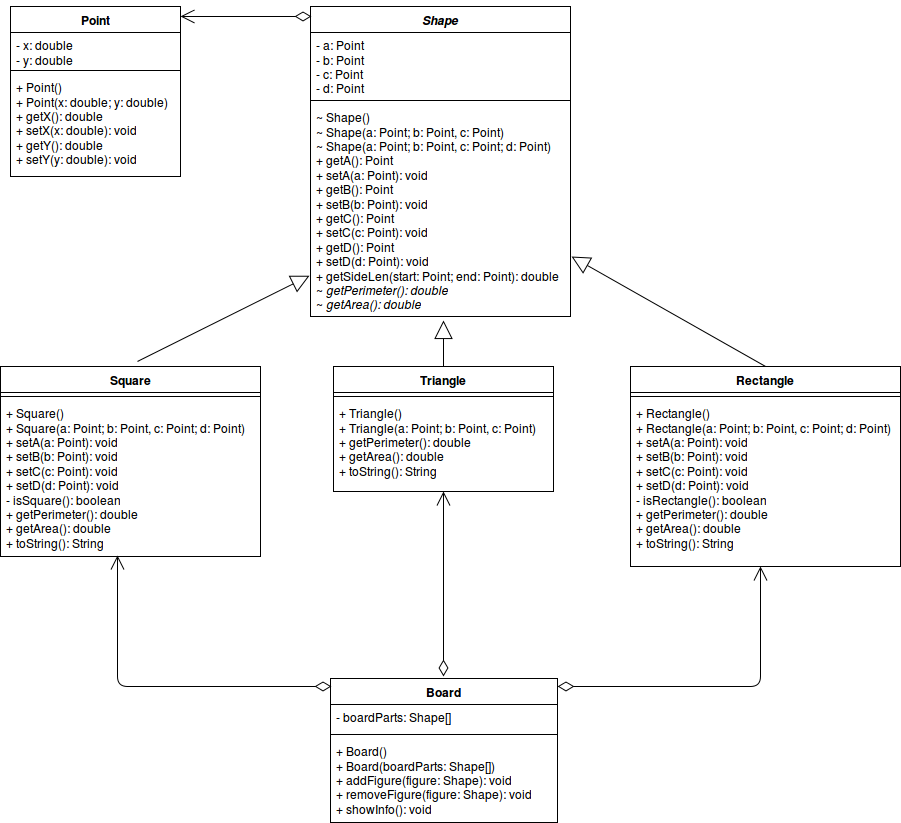
ArtyomSliusar/Java-OOP keeps this draw.io diagram as src/lesson2/task1/UML.png. Above is the earlier version. Source tidied: cells renumbered, new cells last; positions are measured from the earlier drawing's top-left corner, leaving out a move shared by most shapes.
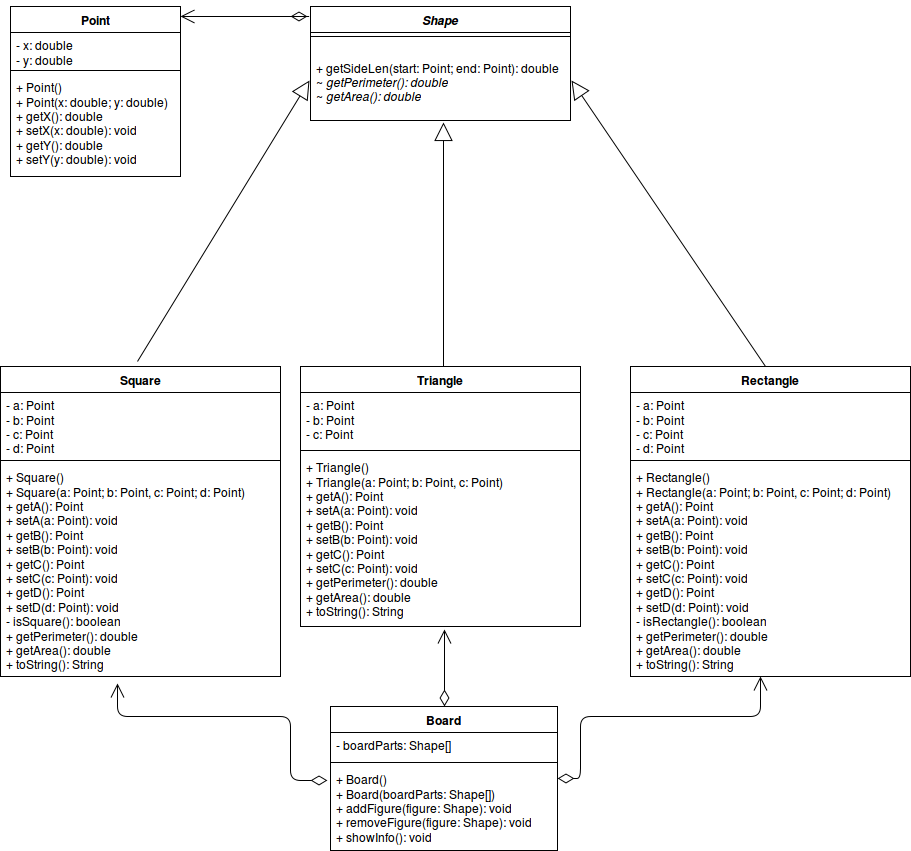
Above is the later version.

Change to the diagram source:
```diff
@@ -15,64 +15,42 @@
       <mxGeometry y="68" width="170" height="102" as="geometry" />
     </mxCell>
     <mxCell id="6" value="&lt;i&gt;Shape&lt;/i&gt;" style="swimlane;html=1;fontStyle=1;align=center;verticalAlign=top;horizontal=1;startSize=26;swimlaneFillColor=#ffffff;" parent="1" vertex="1">
-      <mxGeometry x="310" width="260" height="310" as="geometry" />
+      <mxGeometry x="310" width="260" height="114" as="geometry" />
     </mxCell>
-    <mxCell id="7" value="- a: Point&lt;br&gt;- b: Point&lt;br&gt;- c: Point&lt;br&gt;- d: Point&lt;br&gt;&lt;br&gt;&lt;br&gt;&lt;br&gt;&lt;br&gt;&lt;br&gt;&lt;br&gt;&lt;br&gt;" style="text;html=1;strokeColor=none;fillColor=none;align=left;verticalAlign=top;spacingLeft=4;spacingRight=4;whiteSpace=wrap;overflow=hidden;" parent="6" vertex="1">
-      <mxGeometry y="26" width="260" height="64" as="geometry" />
-    </mxCell>
     <mxCell id="8" style="line;html=1;strokeWidth=1;fillColor=none;align=left;verticalAlign=middle;spacingTop=-1;spacingLeft=3;spacingRight=3;labelPosition=right;" parent="6" vertex="1">
-      <mxGeometry y="90" width="260" height="8" as="geometry" />
+      <mxGeometry y="26" width="260" height="8" as="geometry" />
     </mxCell>
-    <mxCell id="9" value="~ Shape()&lt;br&gt;~ Shape(a: Point; b: Point, c: Point)&lt;br&gt;~ Shape(a: Point; b: Point, c: Point; d: Point)&lt;br&gt;+ getA(): Point&lt;br&gt;+ setA(a: Point): void&lt;br&gt;+ getB(): Point&lt;br&gt;+ setB(b: Point): void&lt;br&gt;+ getC(): Point&lt;br&gt;+ setC(c: Point): void&lt;br&gt;+ getD(): Point&lt;br&gt;+ setD(d: Point): void&lt;br&gt;+ getSideLen(start: Point; end: Point): double&lt;br&gt;~ &lt;i&gt;getPerimeter(): double&lt;/i&gt;&lt;br&gt;~ &lt;i&gt;getArea(): double&lt;/i&gt;&lt;br&gt;" style="text;html=1;strokeColor=none;fillColor=none;align=left;verticalAlign=top;spacingLeft=4;spacingRight=4;whiteSpace=wrap;overflow=hidden;points=[[0,0.5],[1,0.5]];portConstraint=eastwest;perimeterSpacing=1;" parent="6" vertex="1">
-      <mxGeometry y="98" width="260" height="212" as="geometry" />
+    <mxCell id="9" value="&lt;br&gt;+ getSideLen(start: Point; end: Point): double&lt;br&gt;~ &lt;i&gt;getPerimeter(): double&lt;/i&gt;&lt;br&gt;~ &lt;i&gt;getArea(): double&lt;/i&gt;&lt;br&gt;" style="text;html=1;strokeColor=none;fillColor=none;align=left;verticalAlign=top;spacingLeft=4;spacingRight=4;whiteSpace=wrap;overflow=hidden;points=[[0,0.5],[1,0.5]];portConstraint=eastwest;perimeterSpacing=1;" parent="6" vertex="1">
+      <mxGeometry y="34" width="260" height="80" as="geometry" />
     </mxCell>
-    <mxCell id="10" style="endArrow=open;html=1;endSize=12;startArrow=diamondThin;startSize=14;startFill=0;edgeStyle=orthogonalEdgeStyle;align=left;verticalAlign=bottom;entryX=1;entryY=0.059;entryPerimeter=0;exitX=0.004;exitY=0.032;exitPerimeter=0;" parent="1" edge="1" source="6" target="2">
-      <mxGeometry x="-1" y="3" relative="1" as="geometry" />
+    <mxCell id="10" style="endArrow=open;html=1;endSize=12;startArrow=diamondThin;startSize=14;startFill=0;edgeStyle=orthogonalEdgeStyle;align=left;verticalAlign=bottom;entryX=1;entryY=0.059;entryPerimeter=0;" parent="1" edge="1" target="2">
+      <mxGeometry x="-1" y="3" relative="1" as="geometry">
+        <mxPoint x="290" y="10" as="sourcePoint" />
+        <Array as="points">
+          <mxPoint x="310" y="10" />
+        </Array>
+      </mxGeometry>
     </mxCell>
-    <mxCell id="11" value="Square" style="swimlane;html=1;fontStyle=1;align=center;verticalAlign=top;horizontal=1;startSize=26;swimlaneFillColor=#ffffff;" parent="1" vertex="1">
-      <mxGeometry y="360" width="260" height="190" as="geometry" />
-    </mxCell>
-    <mxCell id="12" style="line;html=1;strokeWidth=1;fillColor=none;align=left;verticalAlign=middle;spacingTop=-1;spacingLeft=3;spacingRight=3;labelPosition=right;" parent="11" vertex="1">
-      <mxGeometry y="26" width="260" height="8" as="geometry" />
-    </mxCell>
-    <mxCell id="13" value="+ Square()&lt;br&gt;+ Square(a: Point; b: Point, c: Point; d: Point)&lt;br&gt;+ setA(a: Point): void&lt;br&gt;+ setB(b: Point): void&lt;br&gt;+ setC(c: Point): void&lt;br&gt;+ setD(d: Point): void&lt;br&gt;- isSquare(): boolean&lt;br&gt;+ getPerimeter(): double&lt;br&gt;+ getArea(): double&lt;br&gt;+ toString(): String&lt;br&gt;" style="text;html=1;strokeColor=none;fillColor=none;align=left;verticalAlign=top;spacingLeft=4;spacingRight=4;whiteSpace=wrap;overflow=hidden;points=[[0,0.5],[1,0.5]];portConstraint=eastwest;perimeterSpacing=1;" parent="11" vertex="1">
-      <mxGeometry y="34" width="260" height="156" as="geometry" />
-    </mxCell>
-    <mxCell id="14" value="Triangle" style="swimlane;html=1;fontStyle=1;align=center;verticalAlign=top;horizontal=1;startSize=26;swimlaneFillColor=#ffffff;" parent="1" vertex="1">
-      <mxGeometry x="333" y="360" width="220" height="125" as="geometry" />
-    </mxCell>
-    <mxCell id="15" style="line;html=1;strokeWidth=1;fillColor=none;align=left;verticalAlign=middle;spacingTop=-1;spacingLeft=3;spacingRight=3;labelPosition=right;" parent="14" vertex="1">
-      <mxGeometry y="26" width="220" height="8" as="geometry" />
-    </mxCell>
-    <mxCell id="16" value="+ Triangle()&lt;br&gt;+ Triangle(a: Point; b: Point, c: Point)&lt;br&gt;+ getPerimeter(): double&lt;br&gt;+ getArea(): double&lt;br&gt;+ toString(): String&lt;br&gt;" style="text;html=1;strokeColor=none;fillColor=none;align=left;verticalAlign=top;spacingLeft=4;spacingRight=4;whiteSpace=wrap;overflow=hidden;perimeterSpacing=1;" parent="14" vertex="1">
-      <mxGeometry y="34" width="220" height="76" as="geometry" />
-    </mxCell>
-    <mxCell id="17" value="Rectangle" style="swimlane;html=1;fontStyle=1;align=center;verticalAlign=top;horizontal=1;startSize=26;swimlaneFillColor=#ffffff;" parent="1" vertex="1">
-      <mxGeometry x="630" y="360" width="270" height="200" as="geometry" />
-    </mxCell>
-    <mxCell id="18" style="line;html=1;strokeWidth=1;fillColor=none;align=left;verticalAlign=middle;spacingTop=-1;spacingLeft=3;spacingRight=3;labelPosition=right;" parent="17" vertex="1">
-      <mxGeometry y="26" width="270" height="8" as="geometry" />
-    </mxCell>
-    <mxCell id="19" value="+ Rectangle()&lt;br&gt;+ Rectangle(a: Point; b: Point, c: Point; d: Point)&lt;br&gt;+ setA(a: Point): void&lt;br&gt;+ setB(b: Point): void&lt;br&gt;+ setC(c: Point): void&lt;br&gt;+ setD(d: Point): void&lt;br&gt;- isRectangle(): boolean&lt;br&gt;+ getPerimeter(): double&lt;br&gt;+ getArea(): double&lt;br&gt;+ toString(): String&lt;br&gt;" style="text;html=1;strokeColor=none;fillColor=none;align=left;verticalAlign=top;spacingLeft=4;spacingRight=4;whiteSpace=wrap;overflow=hidden;points=[[0,0.5],[1,0.5]];portConstraint=eastwest;perimeterSpacing=1;" parent="17" vertex="1">
-      <mxGeometry y="34" width="270" height="166" as="geometry" />
-    </mxCell>
-    <mxCell id="20" style="endArrow=block;endSize=16;endFill=0;html=1;exitX=0.527;exitY=-0.026;exitPerimeter=0;" parent="1" edge="1" source="11" target="9">
+    <mxCell id="20" style="endArrow=block;endSize=16;endFill=0;html=1;exitX=0.527;exitY=-0.026;exitPerimeter=0;entryX=0;entryY=0.5;" parent="1" edge="1" target="9">
       <mxGeometry x="1" y="241" relative="1" as="geometry">
+        <mxPoint x="137" y="355" as="sourcePoint" />
         <mxPoint x="240" y="221" as="offset" />
       </mxGeometry>
     </mxCell>
-    <mxCell id="21" style="endArrow=block;endSize=16;endFill=0;html=1;exitX=0.5;exitY=0;entryX=0.511;entryY=1.014;entryPerimeter=0;" parent="1" edge="1" source="14" target="9">
+    <mxCell id="21" style="endArrow=block;endSize=16;endFill=0;html=1;exitX=0.5;exitY=0;entryX=0.511;entryY=1.014;entryPerimeter=0;" parent="1" edge="1" target="9">
       <mxGeometry as="geometry">
+        <mxPoint x="443" y="360" as="sourcePoint" />
         <mxPoint x="247" y="223" as="offset" />
       </mxGeometry>
     </mxCell>
-    <mxCell id="22" style="endArrow=block;endSize=16;endFill=0;html=1;exitX=0.5;exitY=0;entryX=1;entryY=0.715;entryPerimeter=0;" parent="1" edge="1" source="17" target="9">
+    <mxCell id="22" style="endArrow=block;endSize=16;endFill=0;html=1;exitX=0.5;exitY=0;entryX=1;entryY=0.5;" parent="1" edge="1" target="9">
       <mxGeometry x="700" y="290.3" as="geometry">
+        <mxPoint x="765" y="360" as="sourcePoint" />
         <mxPoint x="240" y="221" as="offset" />
       </mxGeometry>
     </mxCell>
     <mxCell id="23" value="Board" style="swimlane;html=1;fontStyle=1;align=center;verticalAlign=top;horizontal=1;startSize=26;swimlaneFillColor=#ffffff;rounded=0;strokeColor=#000000;fillColor=none;gradientColor=none;" parent="1" vertex="1">
-      <mxGeometry x="330" y="672" width="227" height="144" as="geometry" />
+      <mxGeometry x="330" y="700" width="227" height="144" as="geometry" />
     </mxCell>
     <mxCell id="24" value="- boardParts: Shape[]" style="text;html=1;strokeColor=none;fillColor=none;align=left;verticalAlign=top;spacingLeft=4;spacingRight=4;whiteSpace=wrap;overflow=hidden;" parent="23" vertex="1">
       <mxGeometry y="26" width="227" height="26" as="geometry" />
@@ -83,28 +61,68 @@
     <mxCell id="26" value="+ Board()&lt;br&gt;+ Board(boardParts: Shape[])&lt;br&gt;+ addFigure(figure: Shape): void&lt;br&gt;+ removeFigure(figure: Shape): void&lt;br&gt;+ showInfo(): void&lt;br&gt;" style="text;html=1;strokeColor=none;fillColor=none;align=left;verticalAlign=top;spacingLeft=4;spacingRight=4;whiteSpace=wrap;overflow=hidden;points=[[0,0.5],[1,0.5]];portConstraint=eastwest;" parent="23" vertex="1">
       <mxGeometry y="60" width="227" height="80" as="geometry" />
     </mxCell>
-    <mxCell id="27" style="endArrow=open;html=1;endSize=12;startArrow=diamondThin;startSize=14;startFill=0;edgeStyle=orthogonalEdgeStyle;align=left;verticalAlign=bottom;entryX=0.45;entryY=0.987;entryPerimeter=0;exitX=0.004;exitY=0.056;exitPerimeter=0;" parent="1" edge="1" source="23" target="13">
+    <mxCell id="27" style="endArrow=open;html=1;endSize=12;startArrow=diamondThin;startSize=14;startFill=0;edgeStyle=orthogonalEdgeStyle;align=left;verticalAlign=bottom;exitX=-0.013;exitY=0.175;exitPerimeter=0;" parent="1" edge="1" source="26">
       <mxGeometry x="190" y="670" as="geometry">
+        <mxPoint x="117" y="677" as="targetPoint" />
         <Array as="points">
-          <mxPoint x="117" y="680" />
+          <mxPoint x="290" y="774" />
+          <mxPoint x="290" y="710" />
+          <mxPoint x="117" y="710" />
         </Array>
       </mxGeometry>
     </mxCell>
-    <mxCell id="28" style="endArrow=open;html=1;endSize=12;startArrow=diamondThin;startSize=14;startFill=0;edgeStyle=orthogonalEdgeStyle;align=left;verticalAlign=bottom;entryX=0.482;entryY=0.994;entryPerimeter=0;" parent="1" edge="1" source="23" target="19">
+    <mxCell id="28" style="endArrow=open;html=1;endSize=12;startArrow=diamondThin;startSize=14;startFill=0;edgeStyle=orthogonalEdgeStyle;align=left;verticalAlign=bottom;entryX=0.464;entryY=1;entryPerimeter=0;" parent="1" edge="1" source="23" target="32">
       <mxGeometry x="833" y="701" as="geometry">
         <Array as="points">
-          <mxPoint x="760" y="680" />
+          <mxPoint x="580" y="772" />
+          <mxPoint x="580" y="710" />
+          <mxPoint x="760" y="710" />
         </Array>
       </mxGeometry>
     </mxCell>
-    <mxCell id="29" style="endArrow=open;html=1;endSize=12;startArrow=diamondThin;startSize=14;startFill=0;edgeStyle=orthogonalEdgeStyle;align=left;verticalAlign=bottom;entryX=0.5;entryY=1;" parent="1" edge="1" target="14">
-      <mxGeometry x="490" y="630" as="geometry">
-        <mxPoint x="443" y="670" as="sourcePoint" />
-        <Array as="points">
-          <mxPoint x="443" y="620" />
-          <mxPoint x="443" y="620" />
-        </Array>
-      </mxGeometry>
-    </mxCell>
+    <mxCell id="17" value="Rectangle" style="swimlane;html=1;fontStyle=1;align=center;verticalAlign=top;horizontal=1;startSize=26;swimlaneFillColor=#ffffff;rounded=0;strokeColor=#000000;fillColor=none;gradientColor=none;" parent="1" vertex="1">
+      <mxGeometry x="630" y="360" width="280" height="310" as="geometry" />
+    </mxCell>
+    <mxCell id="30" value="- a: Point&lt;br&gt;- b: Point&lt;br&gt;- c: Point&lt;br&gt;- d: Point&lt;br&gt;&lt;br&gt;&lt;br&gt;&lt;br&gt;&lt;br&gt;&lt;br&gt;&lt;br&gt;&lt;br&gt;" style="text;html=1;strokeColor=none;fillColor=none;align=left;verticalAlign=top;spacingLeft=4;spacingRight=4;whiteSpace=wrap;overflow=hidden;" parent="17" vertex="1">
+      <mxGeometry y="26" width="280" height="64" as="geometry" />
+    </mxCell>
+    <mxCell id="31" style="line;html=1;strokeWidth=1;fillColor=none;align=left;verticalAlign=middle;spacingTop=-1;spacingLeft=3;spacingRight=3;labelPosition=right;" parent="17" vertex="1">
+      <mxGeometry y="90" width="280" height="8" as="geometry" />
+    </mxCell>
+    <mxCell id="32" value="+ Rectangle()&lt;br&gt;+ Rectangle(a: Point; b: Point, c: Point; d: Point)&lt;br&gt;+ getA(): Point&lt;br&gt;+ setA(a: Point): void&lt;br&gt;+ getB(): Point&lt;br&gt;+ setB(b: Point): void&lt;br&gt;+ getC(): Point&lt;br&gt;+ setC(c: Point): void&lt;br&gt;+ getD(): Point&lt;br&gt;+ setD(d: Point): void&lt;br&gt;- isRectangle(): boolean&lt;br&gt;+ getPerimeter(): double&lt;br&gt;+ getArea(): double&lt;br&gt;+ toString(): String&lt;br&gt;" style="text;html=1;strokeColor=none;fillColor=none;align=left;verticalAlign=top;spacingLeft=4;spacingRight=4;whiteSpace=wrap;overflow=hidden;points=[[0,0.5],[1,0.5]];portConstraint=eastwest;" parent="17" vertex="1">
+      <mxGeometry y="98" width="280" height="212" as="geometry" />
+    </mxCell>
+    <mxCell id="11" value="Square" style="swimlane;html=1;fontStyle=1;align=center;verticalAlign=top;horizontal=1;startSize=26;swimlaneFillColor=#ffffff;rounded=0;strokeColor=#000000;fillColor=none;gradientColor=none;" parent="1" vertex="1">
+      <mxGeometry y="360" width="280" height="310" as="geometry" />
+    </mxCell>
+    <mxCell id="33" value="- a: Point&lt;br&gt;- b: Point&lt;br&gt;- c: Point&lt;br&gt;- d: Point&lt;br&gt;&lt;br&gt;&lt;br&gt;&lt;br&gt;&lt;br&gt;&lt;br&gt;&lt;br&gt;&lt;br&gt;" style="text;html=1;strokeColor=none;fillColor=none;align=left;verticalAlign=top;spacingLeft=4;spacingRight=4;whiteSpace=wrap;overflow=hidden;" parent="11" vertex="1">
+      <mxGeometry y="26" width="280" height="64" as="geometry" />
+    </mxCell>
+    <mxCell id="34" style="line;html=1;strokeWidth=1;fillColor=none;align=left;verticalAlign=middle;spacingTop=-1;spacingLeft=3;spacingRight=3;labelPosition=right;" parent="11" vertex="1">
+      <mxGeometry y="90" width="280" height="8" as="geometry" />
+    </mxCell>
+    <mxCell id="35" value="+ Square()&lt;br&gt;+ Square(a: Point; b: Point, c: Point; d: Point)&lt;br&gt;+ getA(): Point&lt;br&gt;+ setA(a: Point): void&lt;br&gt;+ getB(): Point&lt;br&gt;+ setB(b: Point): void&lt;br&gt;+ getC(): Point&lt;br&gt;+ setC(c: Point): void&lt;br&gt;+ getD(): Point&lt;br&gt;+ setD(d: Point): void&lt;br&gt;- isSquare(): boolean&lt;br&gt;+ getPerimeter(): double&lt;br&gt;+ getArea(): double&lt;br&gt;+ toString(): String&lt;br&gt;" style="text;html=1;strokeColor=none;fillColor=none;align=left;verticalAlign=top;spacingLeft=4;spacingRight=4;whiteSpace=wrap;overflow=hidden;" parent="11" vertex="1">
+      <mxGeometry y="98" width="280" height="212" as="geometry" />
+    </mxCell>
+    <mxCell id="14" value="Triangle" style="swimlane;html=1;fontStyle=1;align=center;verticalAlign=top;horizontal=1;startSize=26;swimlaneFillColor=#ffffff;rounded=0;strokeColor=#000000;fillColor=none;gradientColor=none;" parent="1" vertex="1">
+      <mxGeometry x="300" y="360" width="280" height="260" as="geometry" />
+    </mxCell>
+    <mxCell id="36" value="- a: Point&lt;br&gt;- b: Point&lt;br&gt;- c: Point&lt;br&gt;&lt;br&gt;&lt;br&gt;&lt;br&gt;&lt;br&gt;&lt;br&gt;&lt;br&gt;&lt;br&gt;" style="text;html=1;strokeColor=none;fillColor=none;align=left;verticalAlign=top;spacingLeft=4;spacingRight=4;whiteSpace=wrap;overflow=hidden;" parent="14" vertex="1">
+      <mxGeometry y="26" width="280" height="54" as="geometry" />
+    </mxCell>
+    <mxCell id="37" style="line;html=1;strokeWidth=1;fillColor=none;align=left;verticalAlign=middle;spacingTop=-1;spacingLeft=3;spacingRight=3;labelPosition=right;" parent="14" vertex="1">
+      <mxGeometry y="80" width="280" height="8" as="geometry" />
+    </mxCell>
+    <mxCell id="38" value="+ Triangle()&lt;br&gt;+ Triangle(a: Point; b: Point, c: Point)&lt;br&gt;+ getA(): Point&lt;br&gt;+ setA(a: Point): void&lt;br&gt;+ getB(): Point&lt;br&gt;+ setB(b: Point): void&lt;br&gt;+ getC(): Point&lt;br&gt;+ setC(c: Point): void&lt;br&gt;+ getPerimeter(): double&lt;br&gt;+ getArea(): double&lt;br&gt;+ toString(): String&lt;br&gt;" style="text;html=1;strokeColor=none;fillColor=none;align=left;verticalAlign=top;spacingLeft=4;spacingRight=4;whiteSpace=wrap;overflow=hidden;" parent="14" vertex="1">
+      <mxGeometry y="88" width="280" height="172" as="geometry" />
+    </mxCell>
+    <mxCell id="39" style="endArrow=open;html=1;endSize=12;startArrow=diamondThin;startSize=14;startFill=0;edgeStyle=orthogonalEdgeStyle;align=left;verticalAlign=bottom;exitX=0.5;exitY=0;" parent="1" edge="1" source="23">
+      <mxGeometry x="-1" y="3" relative="1" as="geometry">
+        <mxPoint x="444" y="623" as="targetPoint" />
+        <Array as="points">
+          <mxPoint x="444" y="623" />
+        </Array>
+      </mxGeometry>
+    </mxCell>
   </root>
 </mxGraphModel>
```
